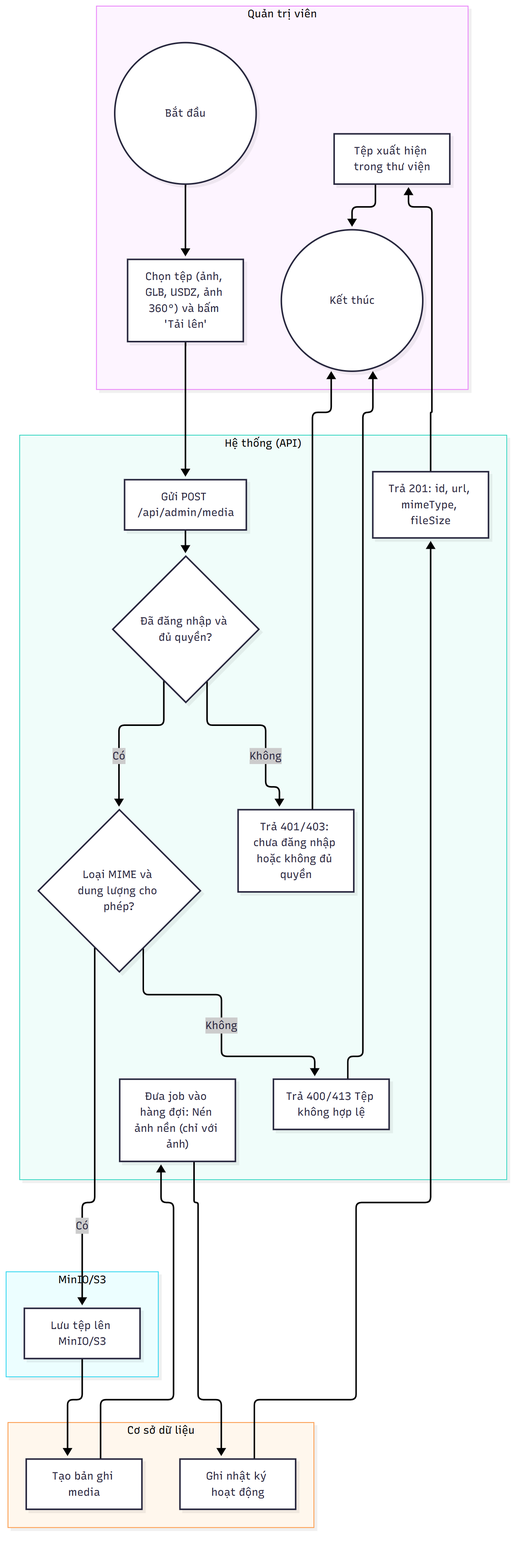
Earlier version of the Mermaid export docs/diagrams/png/activity_UC-ADM-04_quan-ly-media-anh-tep.png (2431540234-arch/XDUDTMDT). Its source is kept beside it as docs/diagrams/src/activity_UC-ADM-04_quan-ly-media-anh-tep.mmd. Source of this version:
```mermaid
flowchart TD
    subgraph LANE_A["Quản trị viên"]
        n1(("Bắt đầu"))
        n2["Chọn tệp (ảnh, GLB, USDZ, ảnh 360°) và bấm 'Tải lên'"]
        n13["Tệp xuất hiện trong thư viện"]
        n14(("Kết thúc"))
    end
    subgraph LANE_S["Hệ thống (API)"]
        n3["Gửi POST /api/admin/media"]
        n4{"Đã đăng nhập và đủ quyền?"}
        n5["Trả 401/403: chưa đăng nhập hoặc không đủ quyền"]
        n6{"Loại MIME và dung lượng cho phép?"}
        n7["Trả 400/413 Tệp không hợp lệ"]
        n10["Đưa job vào hàng đợi: Nén ảnh nền (chỉ với ảnh)"]
        n12["Trả 201: id, url, mimeType, fileSize"]
    end
    subgraph LANE_D["Cơ sở dữ liệu"]
        n9["Tạo bản ghi media"]
        n11["Ghi nhật ký hoạt động"]
    end
    subgraph LANE_X["MinIO/S3"]
        n8["Lưu tệp lên MinIO/S3"]
    end
    n1 --> n2
    n2 --> n3
    n3 --> n4
    n4 -->|"Không"| n5
    n4 -->|"Có"| n6
    n6 -->|"Không"| n7
    n6 -->|"Có"| n8
    n8 --> n9
    n9 --> n10
    n10 --> n11
    n11 --> n12
    n12 --> n13
    n13 --> n14
    n5 --> n14
    n7 --> n14
```
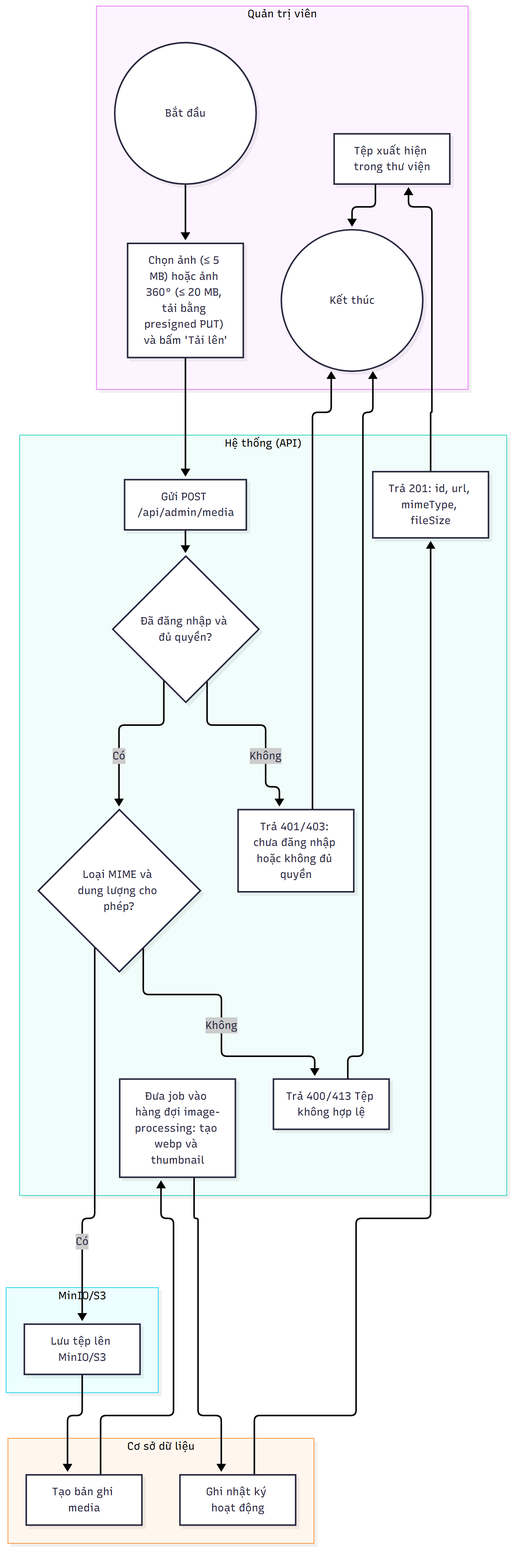
After the change.

Change to the diagram source:
```diff
@@ -1,7 +1,7 @@
 flowchart TD
     subgraph LANE_A["Quản trị viên"]
         n1(("Bắt đầu"))
-        n2["Chọn tệp (ảnh, GLB, USDZ, ảnh 360°) và bấm 'Tải lên'"]
+        n2["Chọn ảnh (≤ 5 MB) hoặc ảnh 360° (≤ 20 MB, tải bằng presigned PUT) và bấm 'Tải lên'"]
         n13["Tệp xuất hiện trong thư viện"]
         n14(("Kết thúc"))
     end
@@ -11,7 +11,7 @@
         n5["Trả 401/403: chưa đăng nhập hoặc không đủ quyền"]
         n6{"Loại MIME và dung lượng cho phép?"}
         n7["Trả 400/413 Tệp không hợp lệ"]
-        n10["Đưa job vào hàng đợi: Nén ảnh nền (chỉ với ảnh)"]
+        n10["Đưa job vào hàng đợi image-processing: tạo webp và thumbnail"]
         n12["Trả 201: id, url, mimeType, fileSize"]
     end
     subgraph LANE_D["Cơ sở dữ liệu"]
```
